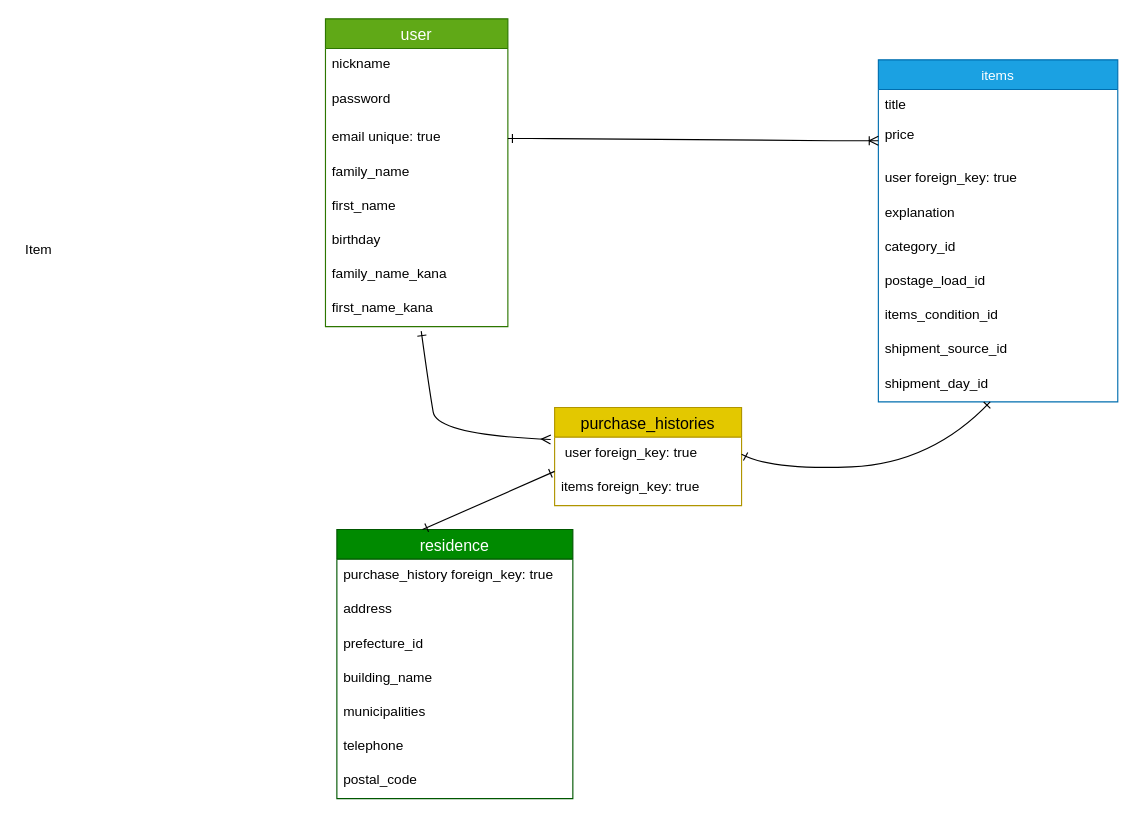
Before: test.dio in Rasshiin/furima-36886, a draw.io diagram. Source tidied: cells renumbered, new cells numbered last; positions are measured from the earlier drawing's top-left corner, leaving out a move shared by most shapes. Both pictures are drawn from the tidied source at 114%, with x=0, y=0 at pixel (18, 18).
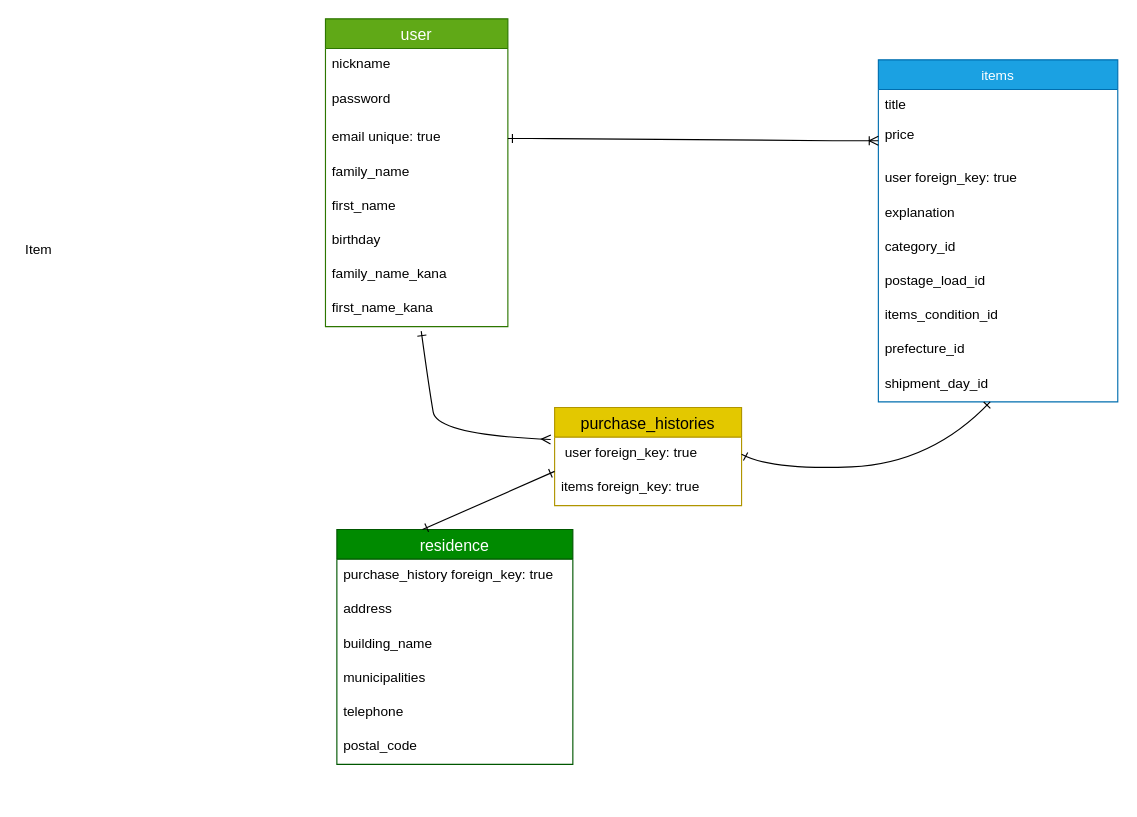
The same diagram, later.

The change refers to these unchanged cells:
```xml
<mxCell id="11" value="items" style="swimlane;fontStyle=0;horizontal=1;startSize=26;fillColor=#1ba1e2;strokeColor=#006EAF;fontColor=#ffffff;" parent="1" vertex="1">
  <mxGeometry x="754" y="36" width="210" height="300" as="geometry" />
</mxCell>
```

Change to the diagram source:
```diff
@@
-    <mxCell id="19" value="shipment_source_id" style="text;strokeColor=none;fillColor=none;spacingLeft=4;spacingRight=4;overflow=hidden;fontSize=12;" parent="11" vertex="1">
+    <mxCell id="19" value="prefecture_id" style="text;strokeColor=none;fillColor=none;spacingLeft=4;spacingRight=4;overflow=hidden;fontSize=12;" parent="11" vertex="1">
       <mxGeometry y="240" width="210" height="30" as="geometry" />
     </mxCell>
@@
     <mxCell id="28" value="residence" style="swimlane;fontStyle=0;horizontal=1;startSize=26;align=center;fontSize=14;fillColor=#008a00;strokeColor=#005700;fontColor=#ffffff;" parent="1" vertex="1">
-      <mxGeometry x="279" y="448" width="207" height="236" as="geometry" />
+      <mxGeometry x="279" y="448" width="207" height="206" as="geometry" />
     </mxCell>
@@
-    <mxCell id="31" value="prefecture_id" style="text;strokeColor=none;fillColor=none;spacingLeft=4;spacingRight=4;overflow=hidden;fontSize=12;" parent="28" vertex="1">
-      <mxGeometry y="86" width="207" height="30" as="geometry" />
-    </mxCell>
     <mxCell id="32" value="building_name" style="text;strokeColor=none;fillColor=none;spacingLeft=4;spacingRight=4;overflow=hidden;fontSize=12;" parent="28" vertex="1">
-      <mxGeometry y="116" width="207" height="30" as="geometry" />
+      <mxGeometry y="86" width="207" height="30" as="geometry" />
     </mxCell>
     <mxCell id="33" value="municipalities" style="text;strokeColor=none;fillColor=none;spacingLeft=4;spacingRight=4;overflow=hidden;fontSize=12;" parent="28" vertex="1">
-      <mxGeometry y="146" width="207" height="30" as="geometry" />
+      <mxGeometry y="116" width="207" height="30" as="geometry" />
     </mxCell>
     <mxCell id="34" value="telephone" style="text;strokeColor=none;fillColor=none;spacingLeft=4;spacingRight=4;overflow=hidden;fontSize=12;" parent="28" vertex="1">
-      <mxGeometry y="176" width="207" height="30" as="geometry" />
+      <mxGeometry y="146" width="207" height="30" as="geometry" />
     </mxCell>
     <mxCell id="35" value="postal_code" style="text;strokeColor=none;fillColor=none;spacingLeft=4;spacingRight=4;overflow=hidden;fontSize=12;" parent="28" vertex="1">
-      <mxGeometry y="206" width="207" height="30" as="geometry" />
+      <mxGeometry y="176" width="207" height="30" as="geometry" />
     </mxCell>
```
